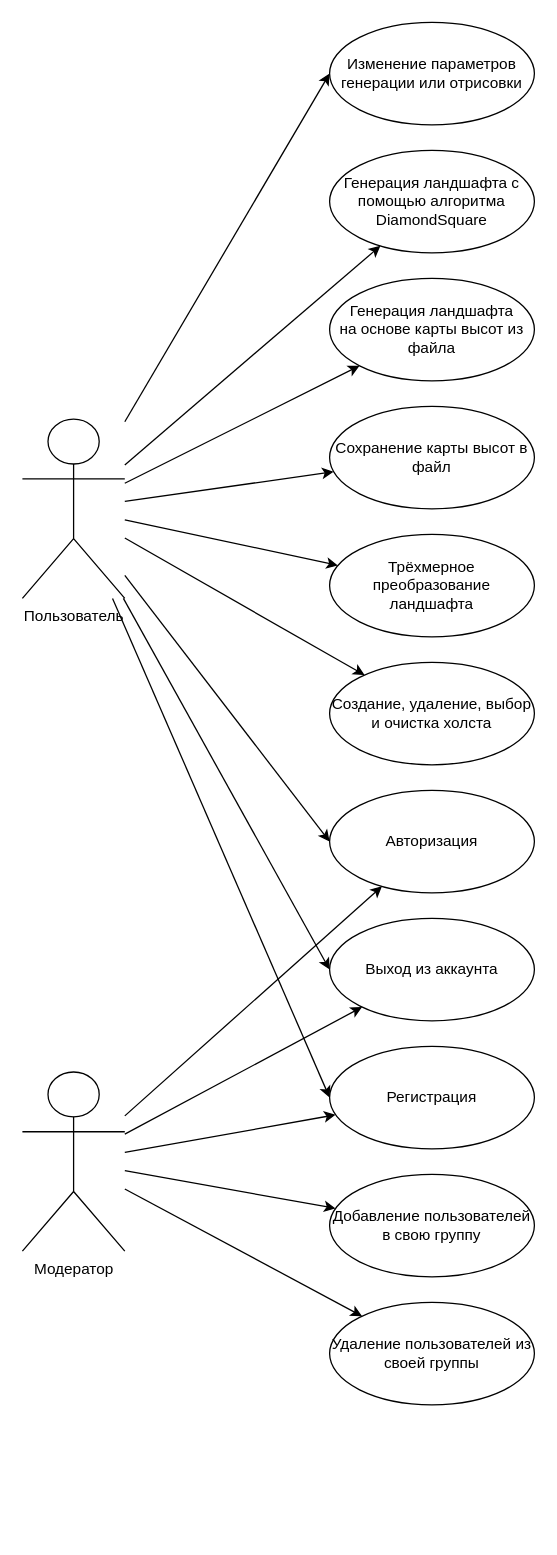
The draw.io diagram use-case.drawio in Inlucker/PPO, before the edit. Source tidied: cells renumbered, new cells numbered last; positions are measured from the earlier drawing's top-left corner, leaving out a move shared by most shapes. Both pictures are drawn from the tidied source at 128%, with x=0, y=0 at pixel (22, 22).
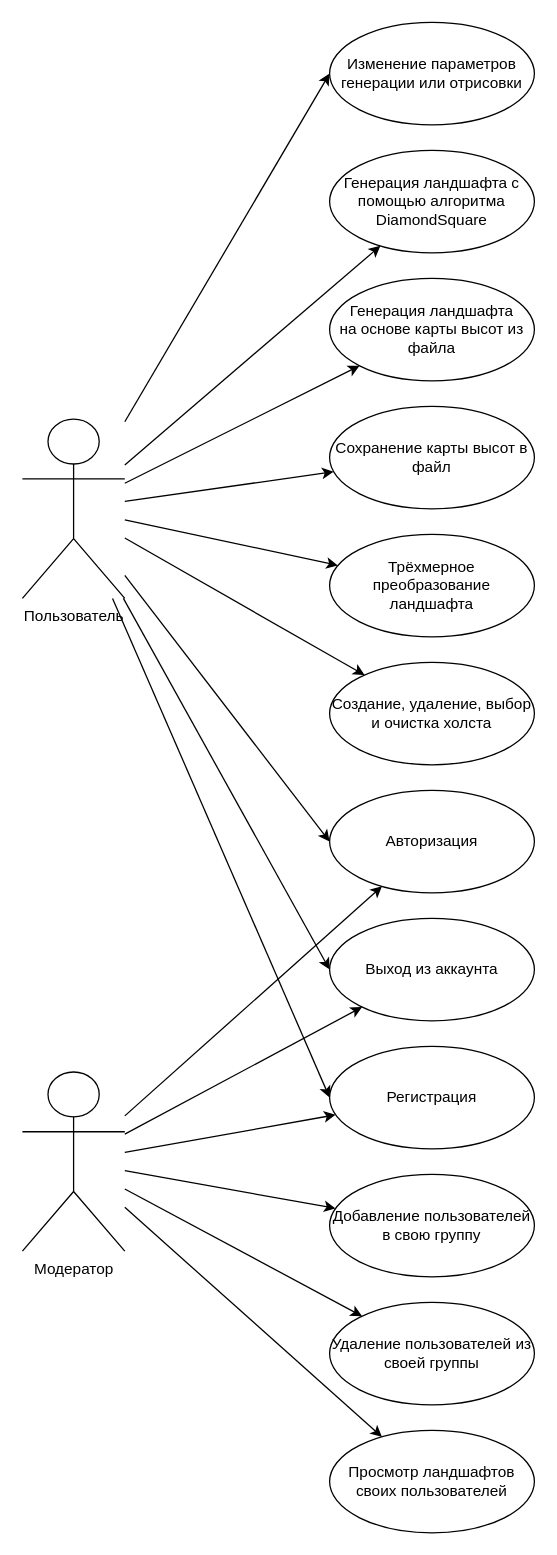
Above is the later version.

The change refers to these unchanged cells:
```xml
<mxCell id="13" value="Модератор" style="shape=umlActor;verticalLabelPosition=bottom;verticalAlign=top;html=1;outlineConnect=0;" parent="1" vertex="1">
  <mxGeometry y="820" width="80" height="140" as="geometry" />
</mxCell>
```

Diff of the diagram source:
```diff
@@
+    <mxCell id="29" value="Просмотр ландшафтов своих пользователей" style="ellipse;whiteSpace=wrap;html=1;" parent="1" vertex="1">
+      <mxGeometry x="240" y="1100" width="160" height="80" as="geometry" />
+    </mxCell>
+    <mxCell id="30" style="endArrow=classic;html=1;rounded=0;" parent="1" edge="1" source="13" target="29">
+      <mxGeometry relative="1" as="geometry" />
+    </mxCell>
```
